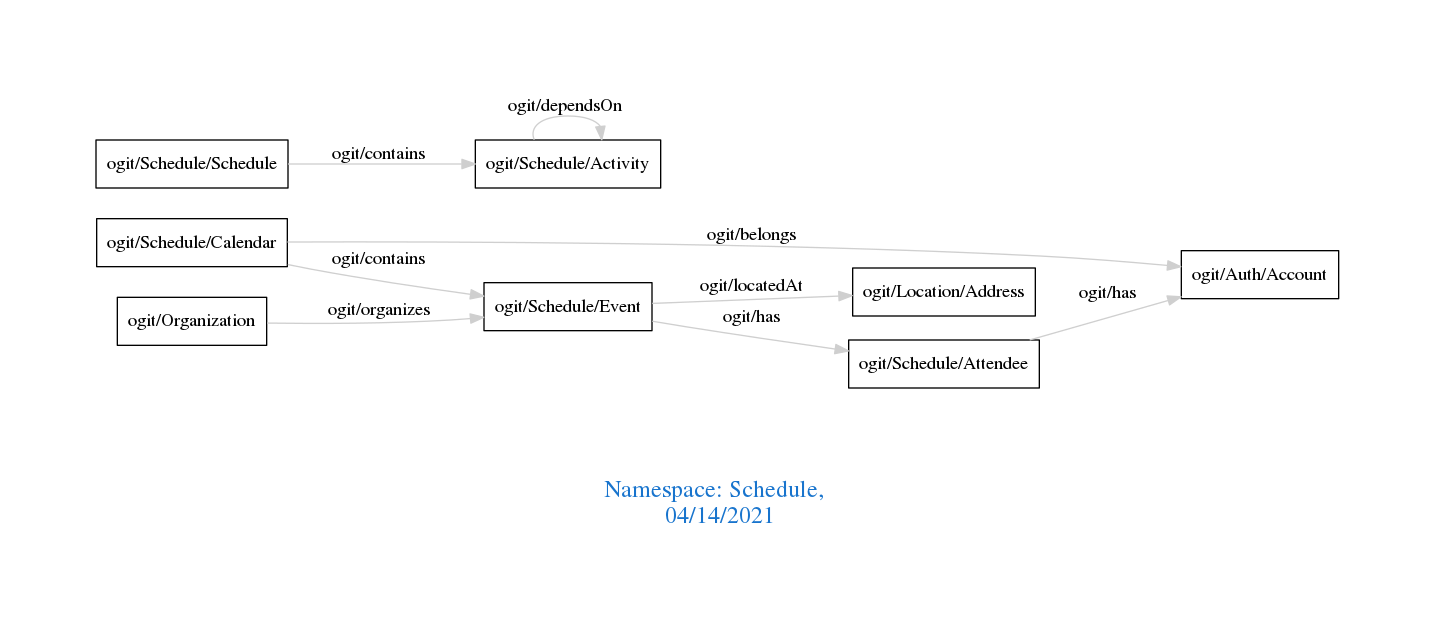
The Graphviz diagram downloads/Schedule.png in arago/OGIT, before a commit. Its source is kept beside it as downloads/Schedule.dot.
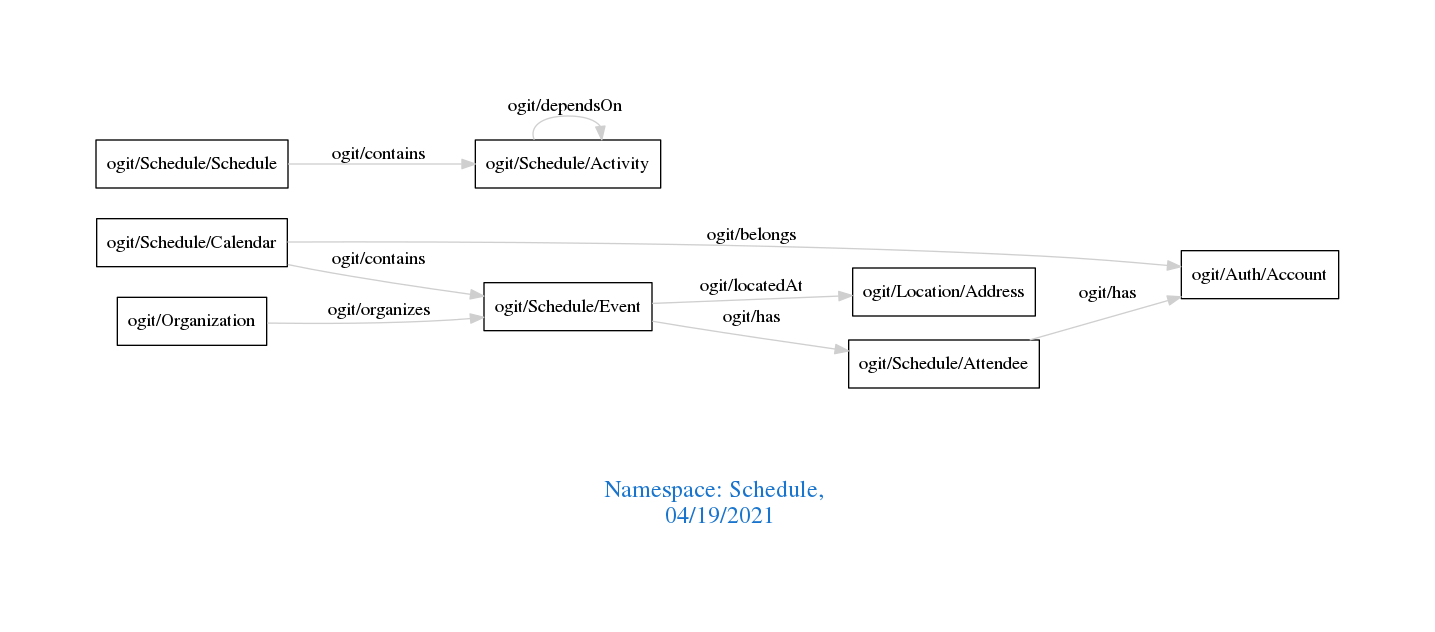
The same diagram one commit later.

What changed in the source:
```diff
@@ -1,7 +1,7 @@
 digraph OGIT_ontology {
  graph [ rankdir= LR,pad=1
 fontsize = 18,
-fontcolor= dodgerblue3,label = "\n\n\nNamespace: Schedule, \n 04/14/2021"];
+fontcolor= dodgerblue3,label = "\n\n\nNamespace: Schedule, \n 04/19/2021"];
 node[shape=polygon];
 edge [  color="gray81"];
 
```
